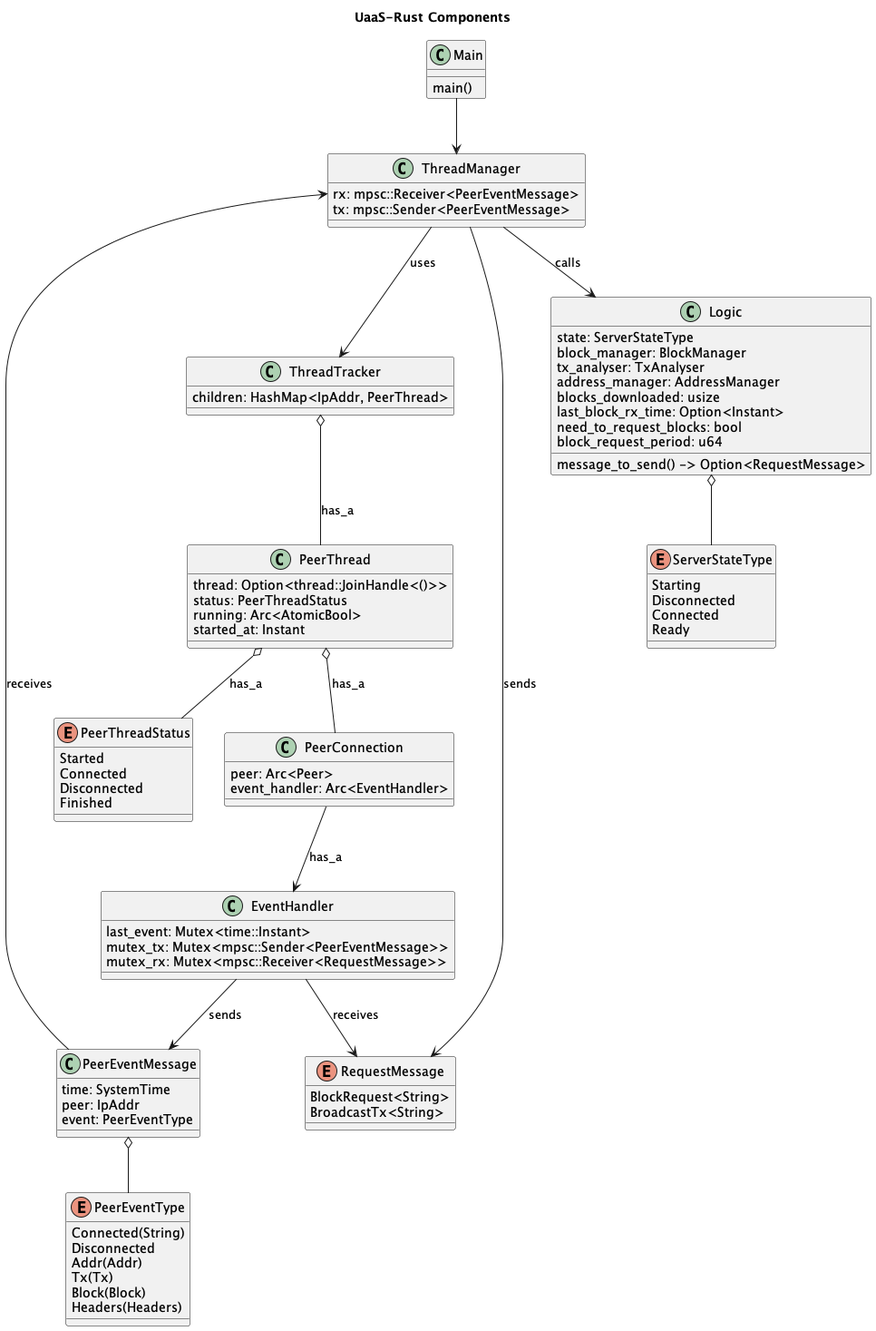
Earlier version of the PlantUML export docs/diagrams/service_structure.png (nchain-innovation/utxo-as-a-service). Source of this version:
```plantuml
@startuml
title UaaS-Rust Components

top to bottom direction

class Main {
    main()
}
enum PeerThreadStatus {
    Started
    Connected
    Disconnected
    Finished
}

enum PeerEventType {
    {field} Connected(String)
    Disconnected
    {field} Addr(Addr)
    {field} Tx(Tx)
    {field} Block(Block)
    {field} Headers(Headers)
}

class PeerEventMessage {
    time: SystemTime
    peer: IpAddr
    event: PeerEventType
}


PeerEventMessage o-- PeerEventType


class PeerThread {
    {field} thread: Option<thread::JoinHandle<()>>
    status: PeerThreadStatus
    running: Arc<AtomicBool>
    started_at: Instant
}

class ThreadTracker {
    children: HashMap<IpAddr, PeerThread>
}
ThreadTracker o-- PeerThread: has_a
PeerThread o-- PeerThreadStatus: has_a


class ThreadManager {
    rx: mpsc::Receiver<PeerEventMessage>
    tx: mpsc::Sender<PeerEventMessage>
}

ThreadManager --> ThreadTracker :uses
Main --> ThreadManager

enum RequestMessage {
    BlockRequest<String>
    BroadcastTx<String>
}

class EventHandler {
    last_event: Mutex<time::Instant>
    mutex_tx: Mutex<mpsc::Sender<PeerEventMessage>>
    mutex_rx: Mutex<mpsc::Receiver<RequestMessage>>
}

EventHandler --> RequestMessage: receives

class PeerConnection {
    peer: Arc<Peer>
    event_handler: Arc<EventHandler>
}

PeerThread o-- PeerConnection : has_a

EventHandler --> PeerEventMessage: sends
PeerConnection --> EventHandler: has_a
PeerEventMessage --> ThreadManager: receives




enum ServerStateType {
    Starting
    Disconnected
    Connected
    Ready
}

class Logic {
    state: ServerStateType
    block_manager: BlockManager
    tx_analyser: TxAnalyser
    address_manager: AddressManager
    blocks_downloaded: usize
    last_block_rx_time: Option<Instant>
    need_to_request_blocks: bool
    block_request_period: u64
    message_to_send() -> Option<RequestMessage>

}
ThreadManager --> Logic : calls

Logic o-- ServerStateType
ThreadManager --> RequestMessage: sends

@enduml
```
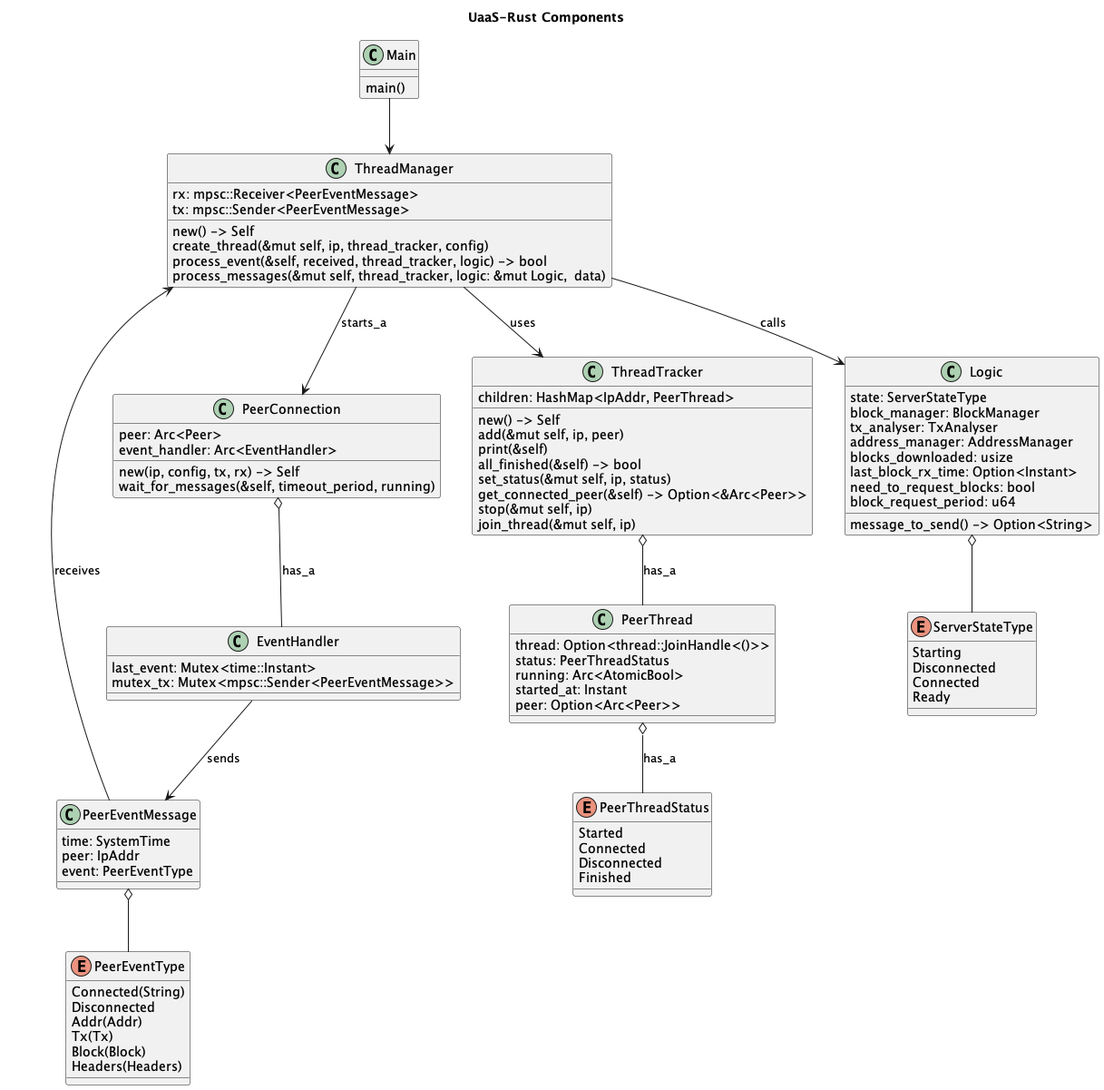
Above is the later version.

Commit message:
Super fast message tx!

What changed in the source:
```diff
@@ -37,11 +37,22 @@
     status: PeerThreadStatus
     running: Arc<AtomicBool>
     started_at: Instant
+    peer: Option<Arc<Peer>>
+
 }
 
 class ThreadTracker {
     children: HashMap<IpAddr, PeerThread>
+    new() -> Self
+    add(&mut self, ip, peer)
+    print(&self)
+    all_finished(&self) -> bool
+    set_status(&mut self, ip, status)
+    get_connected_peer(&self) -> Option<&Arc<Peer>>
+    stop(&mut self, ip)
+    join_thread(&mut self, ip)
 }
+
 ThreadTracker o-- PeerThread: has_a
 PeerThread o-- PeerThreadStatus: has_a
 
@@ -49,33 +60,35 @@
 class ThreadManager {
     rx: mpsc::Receiver<PeerEventMessage>
     tx: mpsc::Sender<PeerEventMessage>
+
+    new() -> Self
+    create_thread(&mut self, ip, thread_tracker, config)
+    process_event(&self, received, thread_tracker, logic) -> bool
+    process_messages(&mut self, thread_tracker, logic: &mut Logic,  data)
 }
 
 ThreadManager --> ThreadTracker :uses
 Main --> ThreadManager
 
-enum RequestMessage {
-    BlockRequest<String>
-    BroadcastTx<String>
-}
 
 class EventHandler {
     last_event: Mutex<time::Instant>
     mutex_tx: Mutex<mpsc::Sender<PeerEventMessage>>
-    mutex_rx: Mutex<mpsc::Receiver<RequestMessage>>
 }
-
-EventHandler --> RequestMessage: receives
 
 class PeerConnection {
     peer: Arc<Peer>
     event_handler: Arc<EventHandler>
+
+    new(ip, config, tx, rx) -> Self
+    wait_for_messages(&self, timeout_period, running)
+
 }
 
-PeerThread o-- PeerConnection : has_a
+ThreadManager --> PeerConnection : starts_a
 
 EventHandler --> PeerEventMessage: sends
-PeerConnection --> EventHandler: has_a
+PeerConnection o-- EventHandler: has_a
 PeerEventMessage --> ThreadManager: receives
 
 
@@ -97,12 +110,11 @@
     last_block_rx_time: Option<Instant>
     need_to_request_blocks: bool
     block_request_period: u64
-    message_to_send() -> Option<RequestMessage>
+    message_to_send() -> Option<String>
 
 }
 ThreadManager --> Logic : calls
 
 Logic o-- ServerStateType
-ThreadManager --> RequestMessage: sends
 
 @enduml
```
